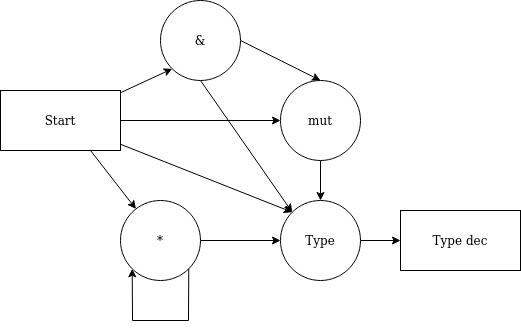
Earlier version of the draw.io export images/parser/rubigo_type_dec_parser_fsm.png (Blinningjr/rubigo-lang). Source tidied: cells renumbered, new cells last; positions are measured from the earlier drawing's top-left corner, leaving out a move shared by most shapes.
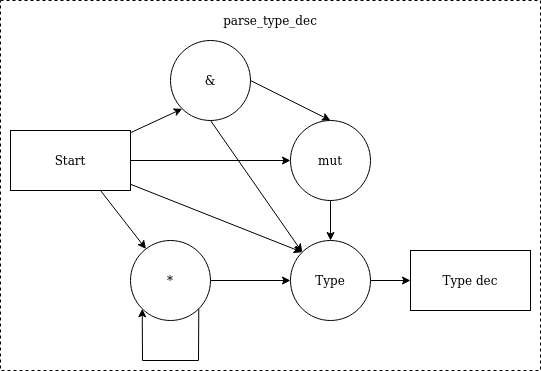
Above is the later version.

Diff of the diagram source:
```diff
@@ -2,6 +2,9 @@
   <root>
     <mxCell id="0" />
     <mxCell id="1" parent="0" />
+    <mxCell id="18" style="rounded=0;whiteSpace=wrap;html=1;dashed=1;" parent="1" vertex="1">
+      <mxGeometry x="-10" y="-40" width="540" height="370" as="geometry" />
+    </mxCell>
     <mxCell id="2" style="edgeStyle=none;rounded=0;jettySize=auto;html=1;exitX=0.5;exitY=1;exitDx=0;exitDy=0;entryX=0;entryY=0;entryDx=0;entryDy=0;" parent="1" edge="1" source="4" target="14">
       <mxGeometry relative="1" as="geometry" />
     </mxCell>
@@ -55,5 +58,8 @@
     <mxCell id="17" value="Start" style="rounded=0;whiteSpace=wrap;html=1;" parent="1" vertex="1">
       <mxGeometry y="90" width="120" height="60" as="geometry" />
     </mxCell>
+    <mxCell id="19" value="parse_type_dec" style="text;html=1;strokeColor=none;fillColor=none;align=center;verticalAlign=middle;whiteSpace=wrap;rounded=0;dashed=1;" parent="1" vertex="1">
+      <mxGeometry x="240" y="-30" width="40" height="20" as="geometry" />
+    </mxCell>
   </root>
 </mxGraphModel>
```
